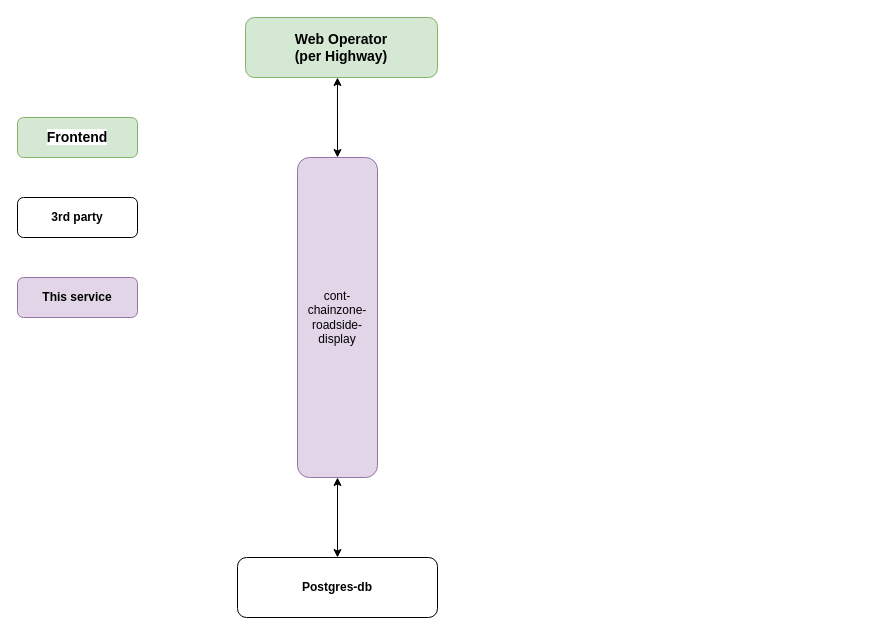
Before: Untitled Diagram.drawio in theshysadec98/diagram_weather, a draw.io diagram. Source tidied: cells renumbered, new cells numbered last; positions are measured from the earlier drawing's top-left corner, leaving out a move shared by most shapes. Both pictures are drawn from the tidied source at 100%, with x=0, y=0 at pixel (17, 17).
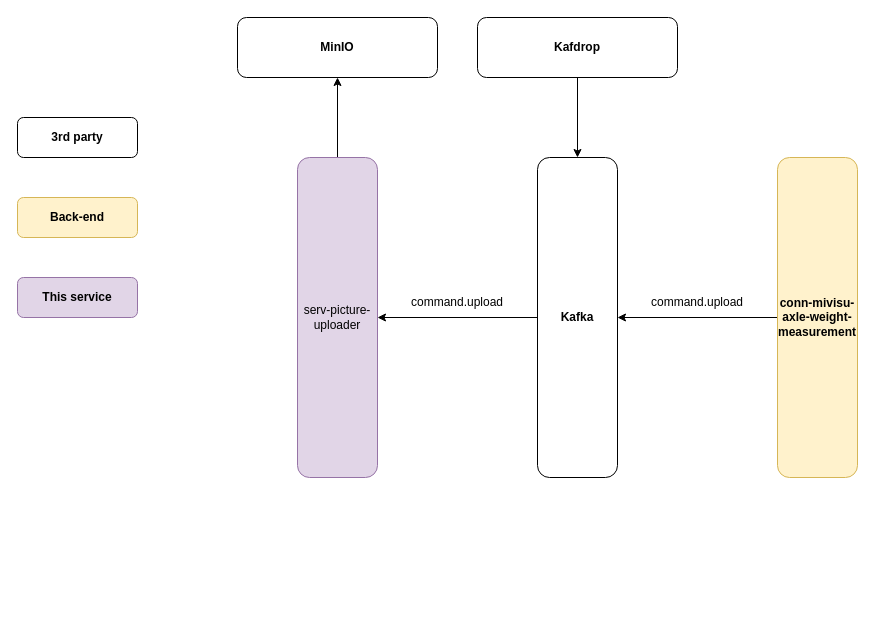
The same diagram, later.

The edit, as a diff of the source:
```diff
@@
 <mxGraphModel>
   <root>
     <mxCell id="0" />
     <mxCell id="1" parent="0" />
     <mxCell id="2" value="&lt;b&gt;This service&lt;/b&gt;" style="rounded=1;whiteSpace=wrap;html=1;fillColor=#e1d5e7;strokeColor=#9673a6;" parent="1" vertex="1">
       <mxGeometry y="260" width="120" height="40" as="geometry" />
     </mxCell>
     <mxCell id="3" value="&lt;b&gt;3rd party&lt;/b&gt;" style="rounded=1;whiteSpace=wrap;html=1;" parent="1" vertex="1">
-      <mxGeometry y="180" width="120" height="40" as="geometry" />
+      <mxGeometry y="100" width="120" height="40" as="geometry" />
     </mxCell>
+    <mxCell id="10" style="edgeStyle=orthogonalEdgeStyle;rounded=0;jettySize=auto;html=1;entryX=0.5;entryY=1;entryDx=0;entryDy=0;" parent="1" edge="1" source="4" target="12">
+      <mxGeometry relative="1" as="geometry" />
+    </mxCell>
-    <mxCell id="4" value="cont-chainzone-roadside-display" style="rounded=1;whiteSpace=wrap;html=1;fillColor=#e1d5e7;strokeColor=#9673a6;" parent="1" vertex="1">
+    <mxCell id="4" value="serv-picture-uploader" style="rounded=1;whiteSpace=wrap;html=1;fillColor=#e1d5e7;strokeColor=#9673a6;" parent="1" vertex="1">
       <mxGeometry x="280" y="140" width="80" height="320" as="geometry" />
     </mxCell>
-    <mxCell id="5" value="&lt;b&gt;Postgres-db&lt;/b&gt;" style="rounded=1;whiteSpace=wrap;html=1;" parent="1" vertex="1">
-      <mxGeometry x="220" y="540" width="200" height="60" as="geometry" />
-    </mxCell>
-    <mxCell id="6" style="endArrow=classic;startArrow=classic;html=1;rounded=0;entryX=0.5;entryY=1;entryDx=0;entryDy=0;exitX=0.5;exitY=0;exitDx=0;exitDy=0;" parent="1" edge="1" source="5" target="4">
-      <mxGeometry relative="1" as="geometry" />
-    </mxCell>
-    <mxCell id="7" value="&lt;span style=&quot;font-size: 14px ; font-weight: 700 ; background-color: rgb(255 , 255 , 255)&quot;&gt;Frontend&lt;/span&gt;" style="rounded=1;whiteSpace=wrap;html=1;fillColor=#d5e8d4;strokeColor=#82b366;" parent="1" vertex="1">
-      <mxGeometry y="100" width="120" height="40" as="geometry" />
-    </mxCell>
-    <mxCell id="8" value="Web Operator&lt;br&gt;(per Highway)" style="rounded=1;whiteSpace=wrap;html=1;fontStyle=1;fontSize=14;fillColor=#d5e8d4;strokeColor=#82b366;" parent="1" vertex="1">
-      <mxGeometry x="228" width="192" height="60" as="geometry" />
-    </mxCell>
-    <mxCell id="9" style="endArrow=classic;startArrow=classic;html=1;rounded=0;exitX=0.5;exitY=0;exitDx=0;exitDy=0;entryX=0.479;entryY=1;entryDx=0;entryDy=0;entryPerimeter=0;" parent="1" edge="1" source="4" target="8">
-      <mxGeometry relative="1" as="geometry" />
-    </mxCell>
+    <mxCell id="11" value="&lt;b&gt;Back-end&lt;/b&gt;" style="rounded=1;whiteSpace=wrap;html=1;fillColor=#fff2cc;strokeColor=#d6b656;" parent="1" vertex="1">
+      <mxGeometry y="180" width="120" height="40" as="geometry" />
+    </mxCell>
+    <mxCell id="12" value="&lt;b&gt;MinIO&lt;/b&gt;" style="rounded=1;whiteSpace=wrap;html=1;" parent="1" vertex="1">
+      <mxGeometry x="220" width="200" height="60" as="geometry" />
+    </mxCell>
+    <mxCell id="13" style="edgeStyle=orthogonalEdgeStyle;rounded=0;jettySize=auto;html=1;entryX=1;entryY=0.5;entryDx=0;entryDy=0;" parent="1" edge="1" source="14" target="4">
+      <mxGeometry relative="1" as="geometry" />
+    </mxCell>
+    <mxCell id="14" value="&lt;b&gt;Kafka&lt;/b&gt;" style="rounded=1;whiteSpace=wrap;html=1;" parent="1" vertex="1">
+      <mxGeometry x="520" y="140" width="80" height="320" as="geometry" />
+    </mxCell>
+    <mxCell id="15" style="edgeStyle=orthogonalEdgeStyle;rounded=0;jettySize=auto;html=1;entryX=0.5;entryY=0;entryDx=0;entryDy=0;" parent="1" edge="1" source="16" target="14">
+      <mxGeometry relative="1" as="geometry" />
+    </mxCell>
+    <mxCell id="16" value="&lt;b&gt;Kafdrop&lt;/b&gt;" style="rounded=1;whiteSpace=wrap;html=1;" parent="1" vertex="1">
+      <mxGeometry x="460" width="200" height="60" as="geometry" />
+    </mxCell>
+    <mxCell id="17" style="edgeStyle=orthogonalEdgeStyle;rounded=0;jettySize=auto;html=1;entryX=1;entryY=0.5;entryDx=0;entryDy=0;" parent="1" edge="1" source="18" target="14">
+      <mxGeometry relative="1" as="geometry" />
+    </mxCell>
+    <mxCell id="18" value="&lt;b&gt;conn-mivisu-axle-weight-measurement&lt;/b&gt;" style="rounded=1;whiteSpace=wrap;html=1;fillColor=#fff2cc;strokeColor=#d6b656;" parent="1" vertex="1">
+      <mxGeometry x="760" y="140" width="80" height="320" as="geometry" />
+    </mxCell>
+    <mxCell id="19" value="command.upload" style="text;html=1;strokeColor=none;fillColor=none;align=center;verticalAlign=middle;whiteSpace=wrap;rounded=0;" parent="1" vertex="1">
+      <mxGeometry x="410" y="270" width="60" height="30" as="geometry" />
+    </mxCell>
+    <mxCell id="20" value="command.upload" style="text;html=1;strokeColor=none;fillColor=none;align=center;verticalAlign=middle;whiteSpace=wrap;rounded=0;" parent="1" vertex="1">
+      <mxGeometry x="650" y="270" width="60" height="30" as="geometry" />
+    </mxCell>
   </root>
 </mxGraphModel>
```
